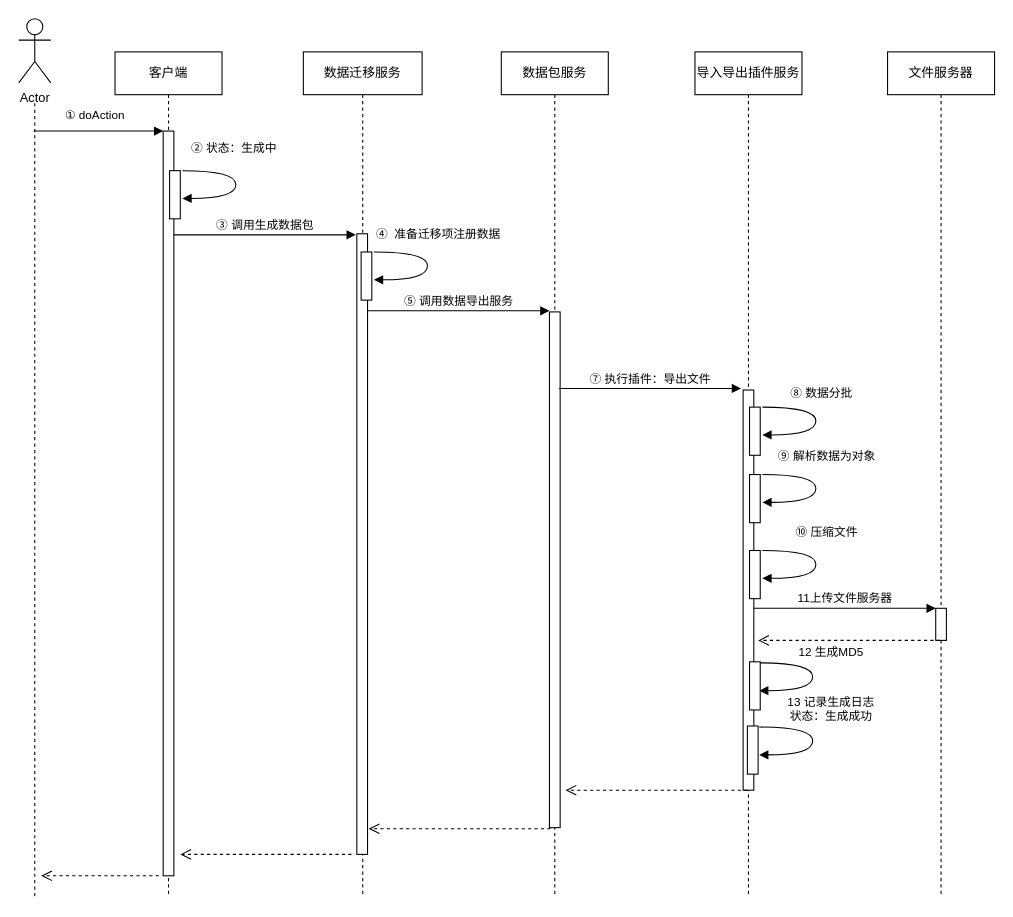
typooooohj/PubSub keeps this draw.io diagram as 未命名绘图.drawio. Above is the earlier version. Source tidied: cells renumbered, new cells numbered last; positions are measured from the earlier drawing's top-left corner, leaving out a move shared by most shapes. Both pictures are drawn from the tidied source at 107%, with x=0, y=0 at pixel (18, 18).
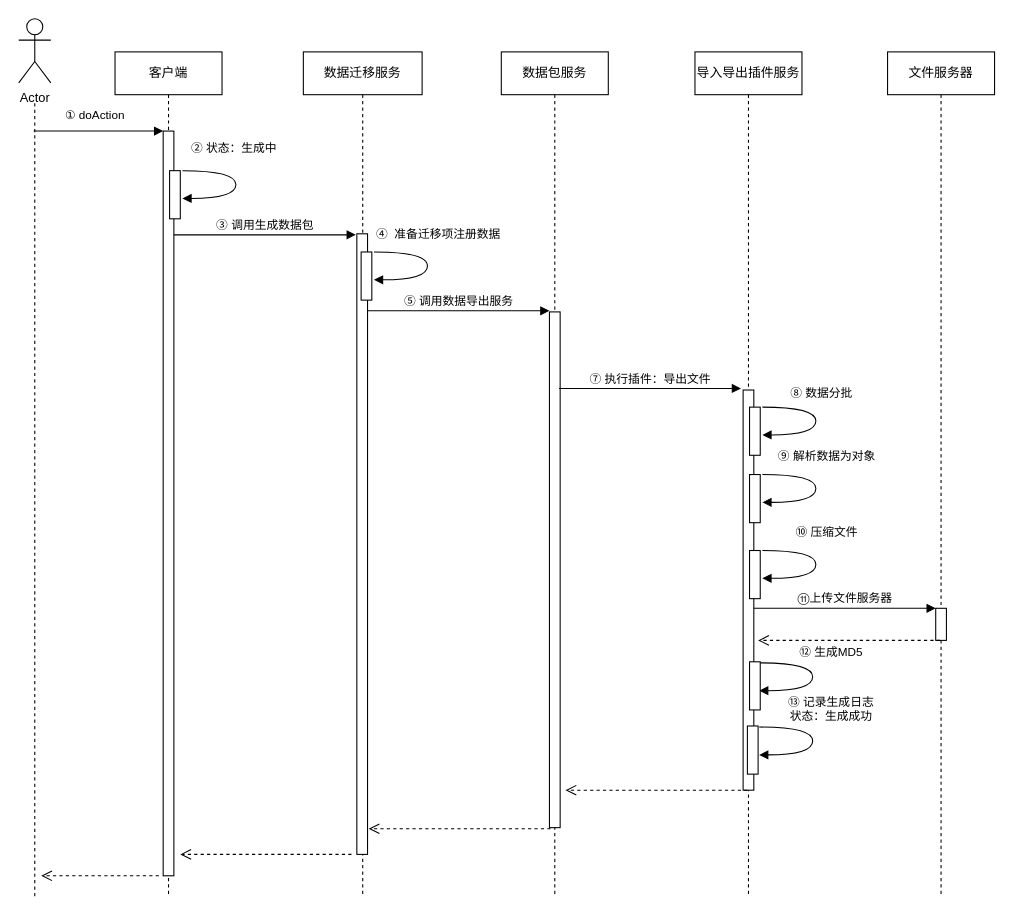
After the change.

Commit message:
生成数据包.drawio

The change refers to these unchanged cells:
```xml
<mxCell id="13" style="html=1;points=[];perimeter=orthogonalPerimeter;outlineConnect=0;targetShapes=umlLifeline;portConstraint=eastwest;newEdgeStyle={&quot;edgeStyle&quot;:&quot;elbowEdgeStyle&quot;,&quot;elbow&quot;:&quot;vertical&quot;,&quot;curved&quot;:0,&quot;rounded&quot;:0};" parent="12" vertex="1">
  <mxGeometry x="45" y="316" width="10" height="374" as="geometry" />
</mxCell>
<mxCell id="25" style="html=1;points=[];perimeter=orthogonalPerimeter;outlineConnect=0;targetShapes=umlLifeline;portConstraint=eastwest;newEdgeStyle={&quot;edgeStyle&quot;:&quot;elbowEdgeStyle&quot;,&quot;elbow&quot;:&quot;vertical&quot;,&quot;curved&quot;:0,&quot;rounded&quot;:0};" parent="24" vertex="1">
  <mxGeometry x="45" y="520" width="10" height="30" as="geometry" />
</mxCell>
<mxCell id="30" style="group;" parent="28" vertex="1">
  <mxGeometry x="-2" width="64" height="45" as="geometry" />
</mxCell>
<mxCell id="33" style="group;" parent="32" vertex="1">
  <mxGeometry x="-2" width="64" height="45" as="geometry" />
</mxCell>
```

Change to the diagram source:
```diff
@@
-    <mxCell id="26" value="11上传文件服务器" style="html=1;verticalAlign=bottom;endArrow=block;edgeStyle=elbowEdgeStyle;elbow=vertical;curved=0;rounded=0;" parent="1" edge="1" source="13" target="25">
+    <mxCell id="26" value="&lt;font face=&quot;Tahoma&quot;&gt;⑪&lt;/font&gt;上传文件服务器" style="html=1;verticalAlign=bottom;endArrow=block;edgeStyle=elbowEdgeStyle;elbow=vertical;curved=0;rounded=0;" parent="1" edge="1" source="13" target="25">
       <mxGeometry relative="1" as="geometry">
         <Array as="points">
           <mxPoint x="766" y="551" />
         </Array>
       </mxGeometry>
     </mxCell>
@@
-    <mxCell id="31" value="13 记录生成日志&lt;br&gt;状态：生成成功" style="html=1;verticalAlign=bottom;endArrow=block;edgeStyle=orthogonalEdgeStyle;elbow=vertical;curved=1;rounded=0;entryX=1;entryY=0.622;entryDx=0;entryDy=0;entryPerimeter=0;" parent="30" edge="1">
+    <mxCell id="31" value="⑬ 记录生成日志&lt;br&gt;状态：生成成功" style="html=1;verticalAlign=bottom;endArrow=block;edgeStyle=orthogonalEdgeStyle;elbow=vertical;curved=1;rounded=0;entryX=1;entryY=0.622;entryDx=0;entryDy=0;entryPerimeter=0;" parent="30" edge="1">
       <mxGeometry x="-0.21" y="17" relative="1" as="geometry">
         <mxPoint x="13" y="1" as="sourcePoint" />
         <mxPoint x="13" y="27" as="targetPoint" />
         <Array as="points">
           <mxPoint x="63" y="1" />
         </Array>
         <mxPoint y="-1" as="offset" />
       </mxGeometry>
     </mxCell>
@@
-    <mxCell id="34" value="12 生成MD5" style="html=1;verticalAlign=bottom;endArrow=block;edgeStyle=orthogonalEdgeStyle;elbow=vertical;curved=1;rounded=0;entryX=1;entryY=0.622;entryDx=0;entryDy=0;entryPerimeter=0;" parent="33" edge="1">
+    <mxCell id="34" value="⑫&amp;nbsp;生成MD5" style="html=1;verticalAlign=bottom;endArrow=block;edgeStyle=orthogonalEdgeStyle;elbow=vertical;curved=1;rounded=0;entryX=1;entryY=0.622;entryDx=0;entryDy=0;entryPerimeter=0;" parent="33" edge="1">
       <mxGeometry x="-0.21" y="17" relative="1" as="geometry">
         <mxPoint x="13" y="1" as="sourcePoint" />
         <mxPoint x="13" y="27" as="targetPoint" />
         <Array as="points">
           <mxPoint x="63" y="1" />
         </Array>
         <mxPoint y="-1" as="offset" />
       </mxGeometry>
     </mxCell>
```
